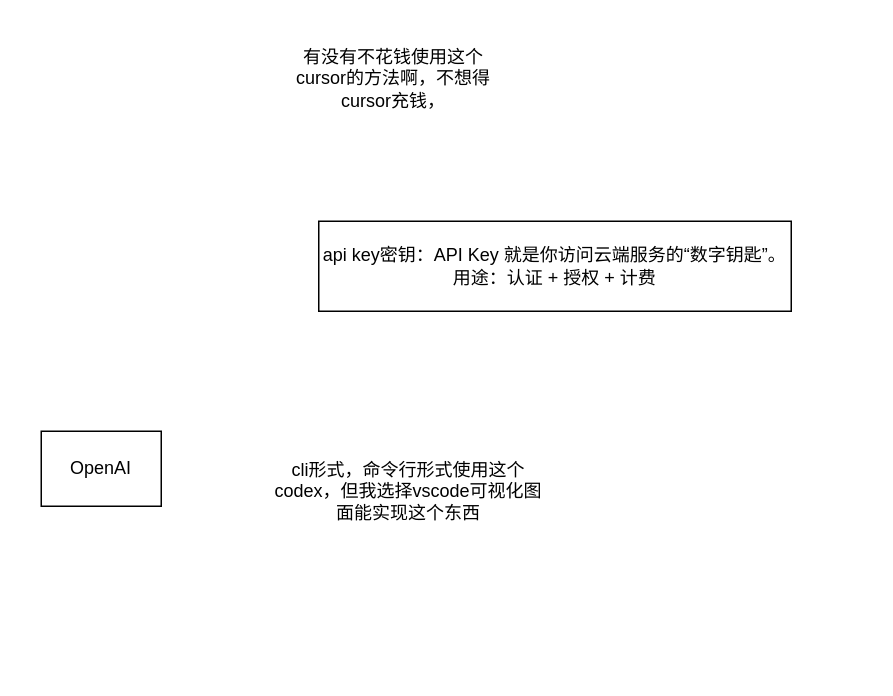
This is 部署AI.drawio from hhhhh15/drawio, a draw.io file, before an edit. Source tidied: cells renumbered, new cells numbered last; positions are measured from the earlier drawing's top-left corner, leaving out a move shared by most shapes. Both pictures are drawn from the tidied source at 150%, with x=0, y=0 at pixel (40, 26).
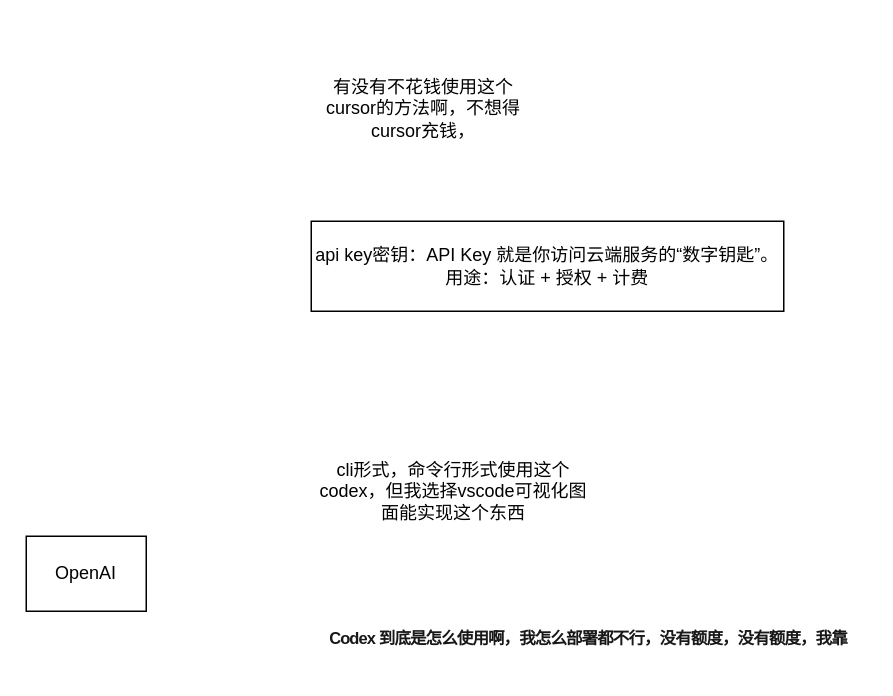
The same page after the edit.

What changed in the source:
```diff
@@
 <mxGraphModel>
   <root>
     <mxCell id="0" />
     <mxCell id="1" parent="0" />
     <mxCell id="2" value="OpenAI" style="rounded=0;whiteSpace=wrap;html=1;" parent="1" vertex="1">
-      <mxGeometry y="270" width="80" height="50" as="geometry" />
+      <mxGeometry x="-10" y="340" width="80" height="50" as="geometry" />
     </mxCell>
     <mxCell id="3" value="有没有不花钱使用这个cursor的方法啊，不想得cursor充钱，" style="text;html=1;whiteSpace=wrap;strokeColor=none;fillColor=none;align=center;verticalAlign=middle;rounded=0;" parent="1" vertex="1">
-      <mxGeometry x="160" width="150" height="70" as="geometry" />
+      <mxGeometry x="180" y="20" width="150" height="70" as="geometry" />
     </mxCell>
     <mxCell id="4" value="api key密钥：API Key 就是你访问云端服务的“数字钥匙”。用途：认证 + 授权 + 计费" style="whiteSpace=wrap;html=1;" parent="1" vertex="1">
-      <mxGeometry x="185" y="130" width="315" height="60" as="geometry" />
+      <mxGeometry x="180" y="130" width="315" height="60" as="geometry" />
     </mxCell>
     <mxCell id="5" value="cli形式，命令行形式使用这个codex，但我选择vscode可视化图面能实现这个东西" style="text;html=1;whiteSpace=wrap;strokeColor=none;fillColor=none;align=center;verticalAlign=middle;rounded=0;" parent="1" vertex="1">
-      <mxGeometry x="150" y="280" width="190" height="60" as="geometry" />
+      <mxGeometry x="180" y="280" width="190" height="60" as="geometry" />
     </mxCell>
+    <mxCell id="6" value="&lt;h1 class=&quot;heading-2xl md:heading-2xl&quot; style=&quot;box-sizing: border-box; border: 0px solid; margin: 0px; padding: 0px; scrollbar-color: oklab(0.159065 0.00000723451 0.00000317395 / 0.3) rgba(0, 0, 0, 0); scrollbar-width: thin; color: rgb(24, 24, 24); letter-spacing: -0.6px; line-height: 42px; font-family: &amp;quot;OpenAI Sans&amp;quot;, sans-serif; text-align: left; background-color: rgb(255, 255, 255);&quot;&gt;&lt;font dir=&quot;auto&quot; style=&quot;box-sizing: border-box; border: 0px solid; margin: 0px; padding: 0px; scrollbar-color: oklab(0.159065 0.00000723451 0.00000317395 / 0.3) rgba(0, 0, 0, 0); scrollbar-width: thin; vertical-align: inherit; font-size: 11px;&quot;&gt;Codex 到底是怎么使用啊，我怎么部署都不行，没有额度，没有额度，我靠&lt;/font&gt;&lt;/h1&gt;" style="text;html=1;whiteSpace=wrap;strokeColor=none;fillColor=none;align=center;verticalAlign=middle;rounded=0;" parent="1" vertex="1">
+      <mxGeometry x="180" y="380" width="370" height="50" as="geometry" />
+    </mxCell>
   </root>
 </mxGraphModel>
```
